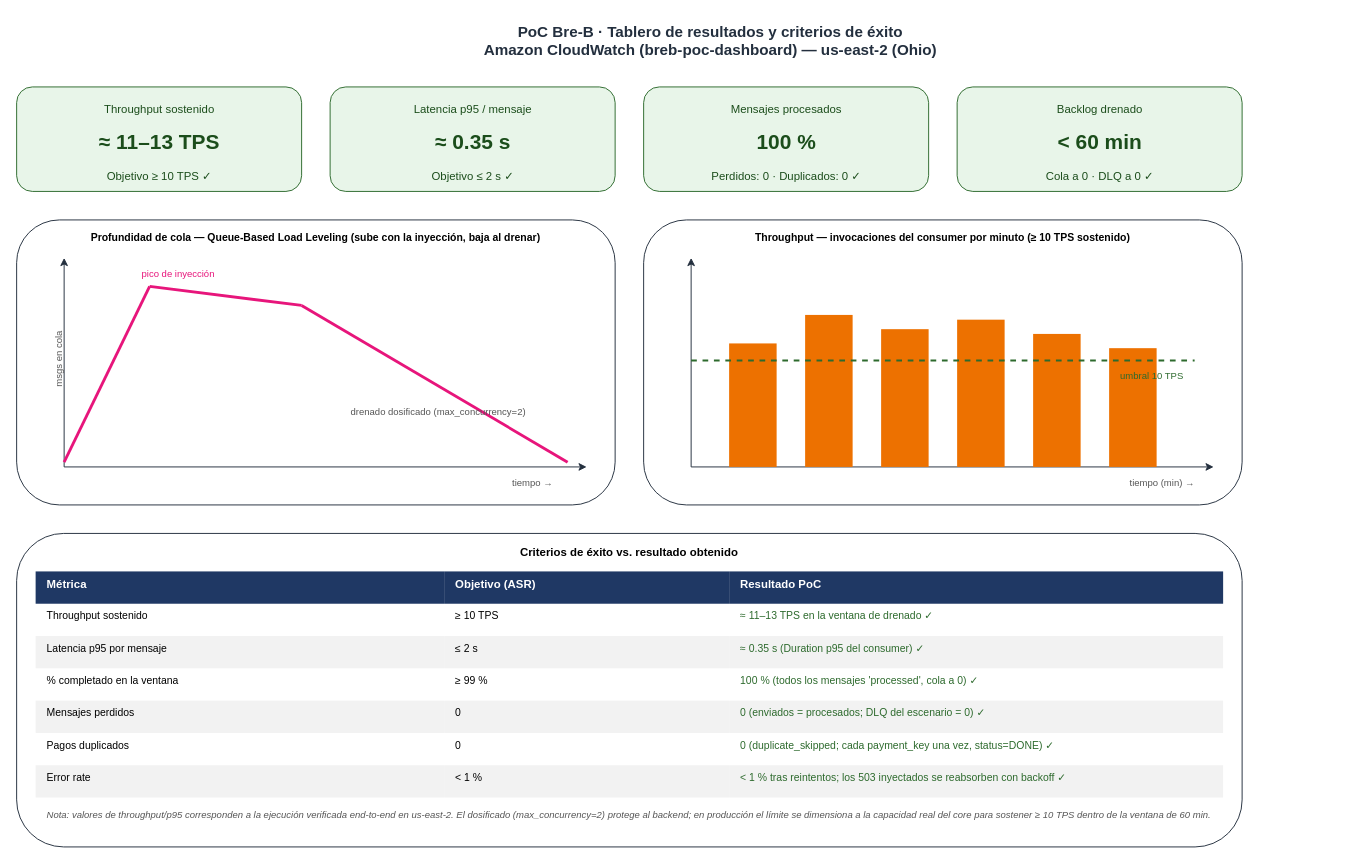
Earlier version of the draw.io diagram BreB_PoC_Resultados.drawio (vimapeco24/ArquitecturaCloudPoc). Source tidied: cells renumbered, new cells numbered last; positions are measured from the earlier drawing's top-left corner, leaving out a move shared by most shapes. Both pictures are drawn from the tidied source at 95%, with x=0, y=0 at pixel (16, 16).
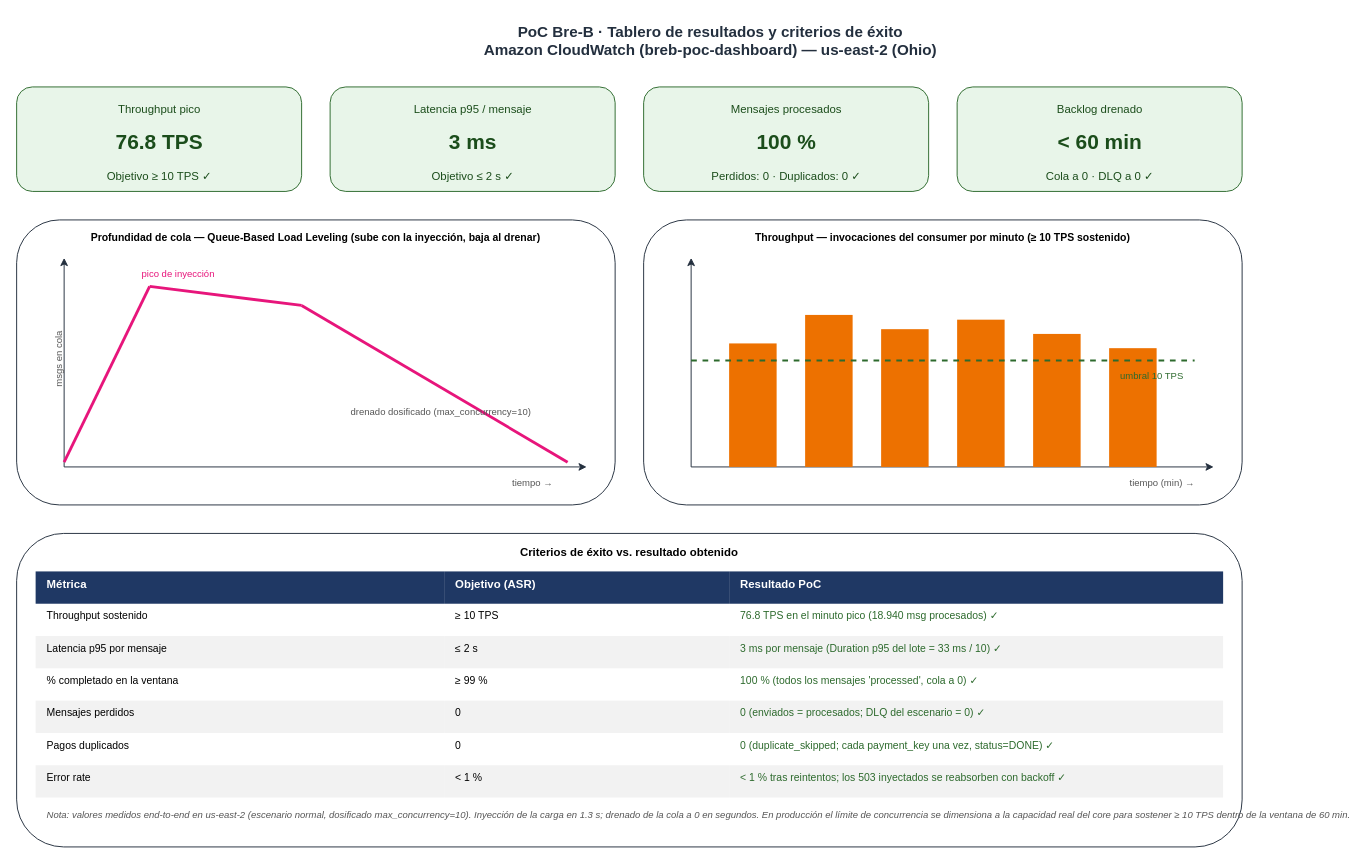
After the change.

Commit message (it also covers changes not shown here):
docs(poc): diagramas con resultados reales (76.8 TPS, p95 3ms, max_concurrency=10)

The edit, as a diff of the source:
```diff
@@
-    <mxCell id="4" value="Throughput sostenido&#10;&#10;&lt;b style='font-size:22px'&gt;≈ 11–13 TPS&lt;/b&gt;&#10;&#10;Objetivo ≥ 10 TPS  ✓" style="text;html=1;align=center;fontSize=12;fontColor=#1b4d1b;" parent="1" vertex="1">
+    <mxCell id="4" value="Throughput pico&#10;&#10;&lt;b style='font-size:22px'&gt;76.8 TPS&lt;/b&gt;&#10;&#10;Objetivo ≥ 10 TPS  ✓" style="text;html=1;align=center;fontSize=12;fontColor=#1b4d1b;" parent="1" vertex="1">
       <mxGeometry y="84" width="300" height="100" as="geometry" />
     </mxCell>
@@
-    <mxCell id="6" value="Latencia p95 / mensaje&#10;&#10;&lt;b style='font-size:22px'&gt;≈ 0.35 s&lt;/b&gt;&#10;&#10;Objetivo ≤ 2 s  ✓" style="text;html=1;align=center;fontSize=12;fontColor=#1b4d1b;" parent="1" vertex="1">
+    <mxCell id="6" value="Latencia p95 / mensaje&#10;&#10;&lt;b style='font-size:22px'&gt;3 ms&lt;/b&gt;&#10;&#10;Objetivo ≤ 2 s  ✓" style="text;html=1;align=center;fontSize=12;fontColor=#1b4d1b;" parent="1" vertex="1">
       <mxGeometry x="330" y="84" width="300" height="100" as="geometry" />
     </mxCell>
@@
-    <mxCell id="18" value="drenado dosificado (max_concurrency=2)" style="text;html=1;fontSize=10;fontColor=#555;" parent="1" vertex="1">
+    <mxCell id="18" value="drenado dosificado (max_concurrency=10)" style="text;html=1;fontSize=10;fontColor=#555;" parent="1" vertex="1">
       <mxGeometry x="350" y="404" width="230" height="18" as="geometry" />
     </mxCell>
@@
-    <mxCell id="39" value="≈ 11–13 TPS en la ventana de drenado  ✓" style="text;html=1;align=left;spacingLeft=10;fontSize=11;fontColor=#2d6a2d;" parent="1" vertex="1">
+    <mxCell id="39" value="76.8 TPS en el minuto pico (18.940 msg procesados)  ✓" style="text;html=1;align=left;spacingLeft=10;fontSize=11;fontColor=#2d6a2d;" parent="1" vertex="1">
       <mxGeometry x="750" y="618" width="520" height="34" as="geometry" />
     </mxCell>
@@
-    <mxCell id="42" value="≈ 0.35 s (Duration p95 del consumer)  ✓" style="text;html=1;align=left;spacingLeft=10;fontSize=11;fontColor=#2d6a2d;fillColor=#F2F2F2;" parent="1" vertex="1">
+    <mxCell id="42" value="3 ms por mensaje (Duration p95 del lote = 33 ms / 10)  ✓" style="text;html=1;align=left;spacingLeft=10;fontSize=11;fontColor=#2d6a2d;fillColor=#F2F2F2;" parent="1" vertex="1">
       <mxGeometry x="750" y="652" width="520" height="34" as="geometry" />
     </mxCell>
@@
-    <mxCell id="55" value="Nota: valores de throughput/p95 corresponden a la ejecución verificada end-to-end en us-east-2. El dosificado (max_concurrency=2) protege al backend; en producción el límite se dimensiona a la capacidad real del core para sostener ≥ 10 TPS dentro de la ventana de 60 min." style="text;html=1;align=left;fontSize=10;fontStyle=2;fontColor=#555;spacingLeft=10;" parent="1" vertex="1">
+    <mxCell id="55" value="Nota: valores medidos end-to-end en us-east-2 (escenario normal, dosificado max_concurrency=10). Inyección de la carga en 1.3 s; drenado de la cola a 0 en segundos. En producción el límite de concurrencia se dimensiona a la capacidad real del core para sostener ≥ 10 TPS dentro de la ventana de 60 min." style="text;html=1;align=left;fontSize=10;fontStyle=2;fontColor=#555;spacingLeft=10;" parent="1" vertex="1">
       <mxGeometry x="20" y="828" width="1250" height="40" as="geometry" />
     </mxCell>
```
